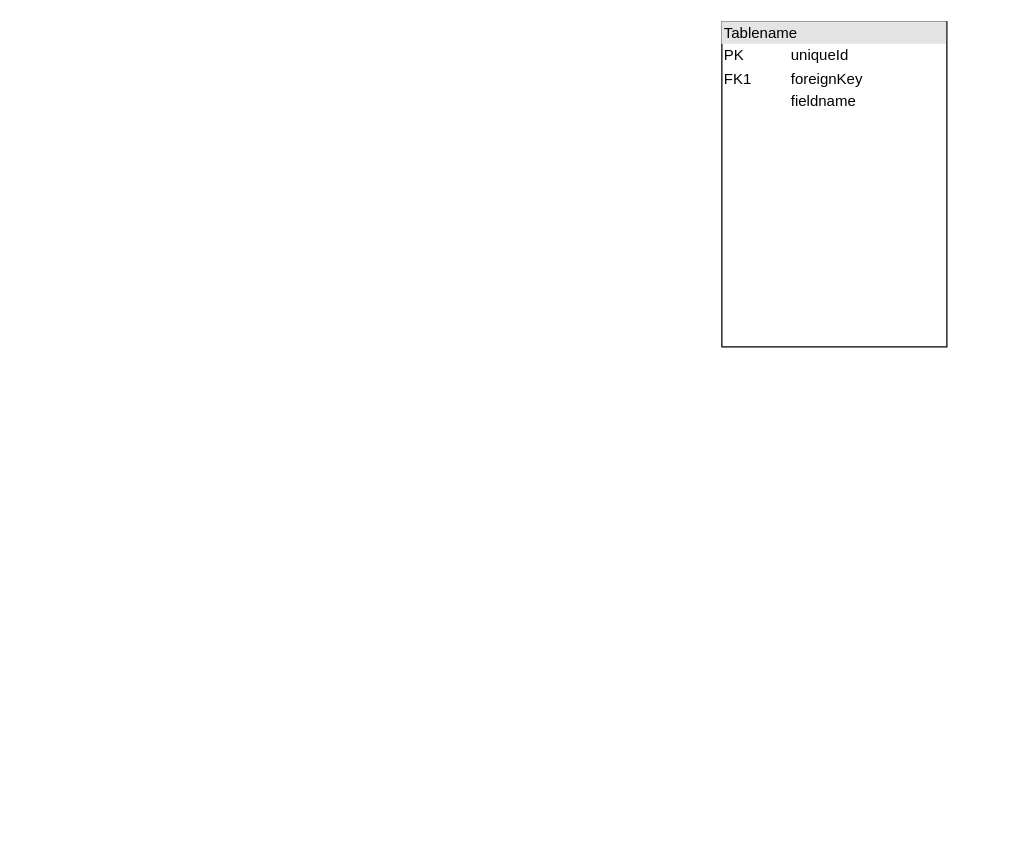
This is page "Page-1" (1 of 2) of Untitled Diagram.drawio from bingsenxie/mytest, a draw.io file, before an edit. Source tidied: cells renumbered, new cells numbered last; positions are measured from the earlier drawing's top-left corner, leaving out a move shared by most shapes. Both pictures are drawn from the tidied source at 125%, with x=0, y=0 at pixel (721, 21).
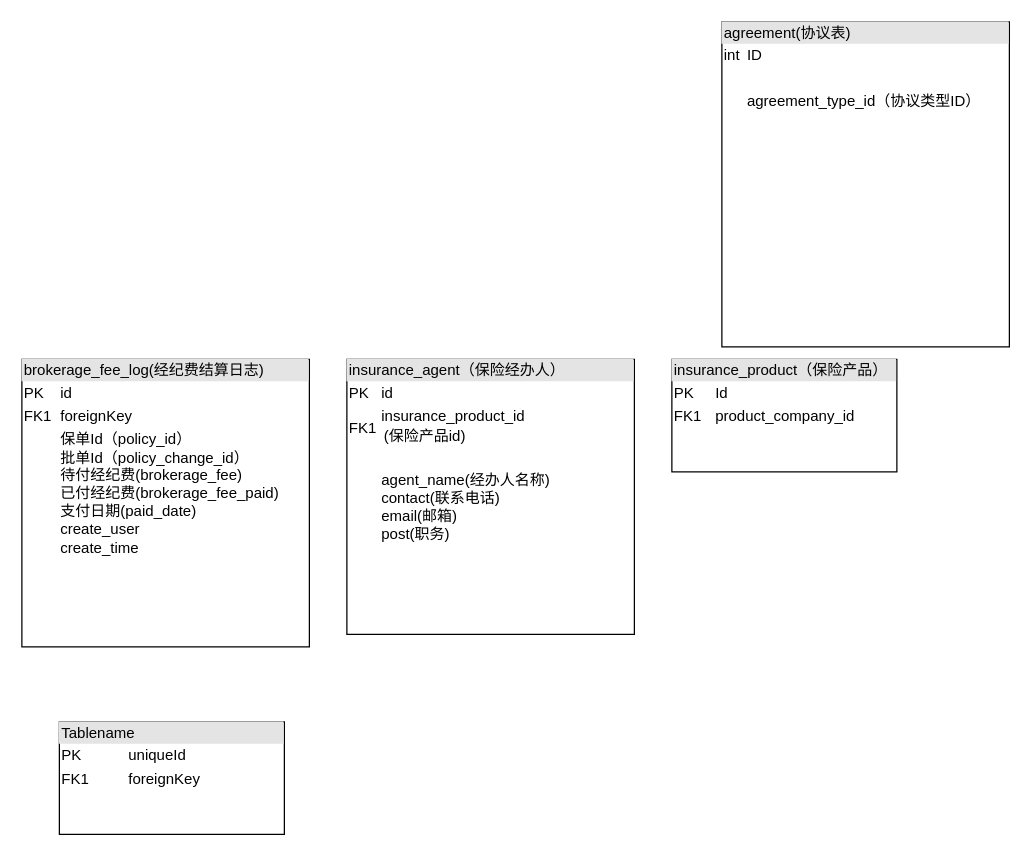
The same page after the edit.

Diff of the diagram source:
```diff
@@
 <mxGraphModel>
   <root>
     <mxCell id="0" />
     <mxCell id="1" parent="0" />
-    <mxCell id="2" value="&lt;div style=&quot;box-sizing:border-box;width:100%;background:#e4e4e4;padding:2px;&quot;&gt;Tablename&lt;/div&gt;&lt;table style=&quot;width:100%;font-size:1em;&quot; cellpadding=&quot;2&quot; cellspacing=&quot;0&quot;&gt;&lt;tr&gt;&lt;td&gt;PK&lt;/td&gt;&lt;td&gt;uniqueId&lt;/td&gt;&lt;/tr&gt;&lt;tr&gt;&lt;td&gt;FK1&lt;/td&gt;&lt;td&gt;foreignKey&lt;/td&gt;&lt;/tr&gt;&lt;tr&gt;&lt;td&gt;&lt;/td&gt;&lt;td&gt;fieldname&lt;/td&gt;&lt;/tr&gt;&lt;/table&gt;" style="verticalAlign=top;align=left;overflow=fill;html=1;" parent="1" vertex="1">
-      <mxGeometry width="180" height="260" as="geometry" />
+    <mxCell id="2" value="&lt;div style=&quot;box-sizing: border-box ; width: 100% ; background: #e4e4e4 ; padding: 2px&quot;&gt;agreement(协议表)&lt;/div&gt;&lt;table style=&quot;width: 100% ; font-size: 1em&quot; cellpadding=&quot;2&quot; cellspacing=&quot;0&quot;&gt;&lt;tbody&gt;&lt;tr&gt;&lt;td&gt;int&lt;/td&gt;&lt;td&gt;ID&lt;/td&gt;&lt;/tr&gt;&lt;tr&gt;&lt;td&gt;&lt;br&gt;&lt;/td&gt;&lt;td&gt;&lt;br&gt;&lt;/td&gt;&lt;/tr&gt;&lt;tr&gt;&lt;td&gt;&lt;/td&gt;&lt;td&gt;agreement_type_id（协议类型ID）&lt;br&gt;&lt;br&gt;&lt;/td&gt;&lt;/tr&gt;&lt;/tbody&gt;&lt;/table&gt;" style="verticalAlign=top;align=left;overflow=fill;html=1;" parent="1" vertex="1">
+      <mxGeometry width="230" height="260" as="geometry" />
     </mxCell>
+    <mxCell id="3" value="&lt;div style=&quot;box-sizing: border-box ; width: 100% ; background: #e4e4e4 ; padding: 2px&quot;&gt;brokerage_fee_log(经纪费结算日志)&lt;/div&gt;&lt;table style=&quot;width: 100% ; font-size: 1em&quot; cellpadding=&quot;2&quot; cellspacing=&quot;0&quot;&gt;&lt;tbody&gt;&lt;tr&gt;&lt;td&gt;PK&lt;/td&gt;&lt;td&gt;id&lt;/td&gt;&lt;/tr&gt;&lt;tr&gt;&lt;td&gt;FK1&lt;/td&gt;&lt;td&gt;foreignKey&lt;/td&gt;&lt;/tr&gt;&lt;tr&gt;&lt;td&gt;&lt;/td&gt;&lt;td&gt;保单Id（policy_id）&lt;br&gt;批单Id（policy_change_id）&lt;br&gt;待付经纪费(brokerage_fee)&lt;br&gt;已付经纪费(brokerage_fee_paid)&lt;br&gt;支付日期(paid_date)&lt;br&gt;create_user&lt;br&gt;create_time&lt;br&gt;&lt;br&gt;&lt;/td&gt;&lt;/tr&gt;&lt;/tbody&gt;&lt;/table&gt;" style="verticalAlign=top;align=left;overflow=fill;html=1;" parent="1" vertex="1">
+      <mxGeometry x="-560" y="270" width="230" height="230" as="geometry" />
+    </mxCell>
+    <mxCell id="4" value="&lt;div style=&quot;box-sizing: border-box ; width: 100% ; background: #e4e4e4 ; padding: 2px&quot;&gt;insurance_agent（保险经办人）&lt;br&gt;&lt;/div&gt;&lt;table style=&quot;width: 100% ; font-size: 1em&quot; cellpadding=&quot;2&quot; cellspacing=&quot;0&quot;&gt;&lt;tbody&gt;&lt;tr&gt;&lt;td&gt;PK&lt;/td&gt;&lt;td&gt;id&lt;br&gt;&lt;/td&gt;&lt;/tr&gt;&lt;tr&gt;&lt;td&gt;FK1&lt;/td&gt;&lt;td&gt;insurance_product_id&lt;table cellpadding=&quot;2&quot; cellspacing=&quot;0&quot; style=&quot;font-size: 1em ; width: 230px&quot;&gt;&lt;tbody&gt;&lt;tr&gt;&lt;td&gt;(保险产品id)&lt;/td&gt;&lt;/tr&gt;&lt;/tbody&gt;&lt;/table&gt;&lt;/td&gt;&lt;/tr&gt;&lt;tr&gt;&lt;td&gt;&lt;br&gt;&lt;/td&gt;&lt;td&gt;&lt;br&gt;agent_name(经办人名称)&lt;br&gt;contact(联系电话)&lt;br&gt;email(邮箱)&lt;br&gt;post(职务)&lt;br&gt;&lt;br&gt;&lt;/td&gt;&lt;/tr&gt;&lt;/tbody&gt;&lt;/table&gt;" style="verticalAlign=top;align=left;overflow=fill;html=1;" parent="1" vertex="1">
+      <mxGeometry x="-300" y="270" width="230" height="220" as="geometry" />
+    </mxCell>
+    <mxCell id="5" value="&lt;div style=&quot;box-sizing: border-box ; width: 100% ; background: #e4e4e4 ; padding: 2px&quot;&gt;insurance_product（保险产品）&lt;br&gt;&lt;/div&gt;&lt;table style=&quot;width: 100% ; font-size: 1em&quot; cellpadding=&quot;2&quot; cellspacing=&quot;0&quot;&gt;&lt;tbody&gt;&lt;tr&gt;&lt;td&gt;PK&lt;/td&gt;&lt;td&gt;Id&lt;/td&gt;&lt;/tr&gt;&lt;tr&gt;&lt;td&gt;FK1&lt;/td&gt;&lt;td&gt;product_company_id&lt;/td&gt;&lt;/tr&gt;&lt;tr&gt;&lt;td&gt;&lt;/td&gt;&lt;td&gt;&lt;br&gt;&lt;br&gt;&lt;/td&gt;&lt;/tr&gt;&lt;/tbody&gt;&lt;/table&gt;" style="verticalAlign=top;align=left;overflow=fill;html=1;" parent="1" vertex="1">
+      <mxGeometry x="-40" y="270" width="180" height="90" as="geometry" />
+    </mxCell>
+    <mxCell id="6" value="&lt;div style=&quot;box-sizing: border-box ; width: 100% ; background: #e4e4e4 ; padding: 2px&quot;&gt;Tablename&lt;/div&gt;&lt;table style=&quot;width: 100% ; font-size: 1em&quot; cellpadding=&quot;2&quot; cellspacing=&quot;0&quot;&gt;&lt;tbody&gt;&lt;tr&gt;&lt;td&gt;PK&lt;/td&gt;&lt;td&gt;uniqueId&lt;/td&gt;&lt;/tr&gt;&lt;tr&gt;&lt;td&gt;FK1&lt;/td&gt;&lt;td&gt;foreignKey&lt;br&gt;&lt;/td&gt;&lt;/tr&gt;&lt;tr&gt;&lt;td&gt;&lt;br&gt;&lt;/td&gt;&lt;td&gt;&lt;br&gt;&lt;/td&gt;&lt;/tr&gt;&lt;/tbody&gt;&lt;/table&gt;" style="verticalAlign=top;align=left;overflow=fill;html=1;" parent="1" vertex="1">
+      <mxGeometry x="-530" y="560" width="180" height="90" as="geometry" />
+    </mxCell>
   </root>
 </mxGraphModel>
```
